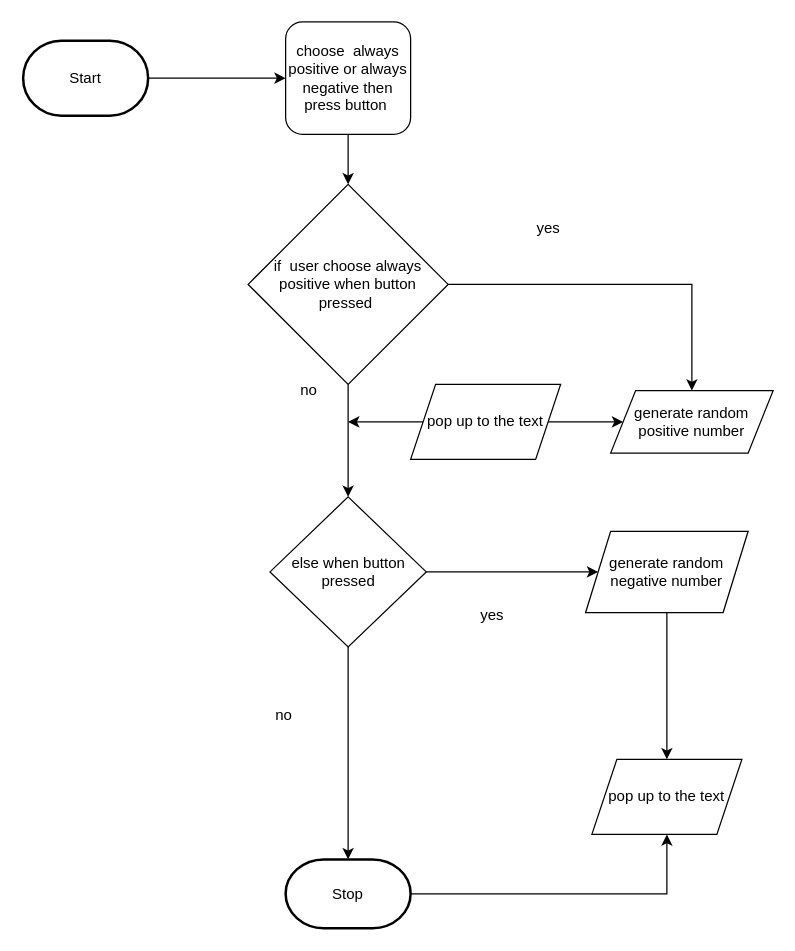
Above: design/flowchart.drawio in MTHS-ICS2O-2-2022/ICS2O-Unit-5-02-alyssia-fung (draw.io), before the change. Source tidied: cells renumbered, new cells numbered last; positions are measured from the earlier drawing's top-left corner, leaving out a move shared by most shapes. Both pictures are drawn from the tidied source at 125%, with x=0, y=0 at pixel (22, 21).
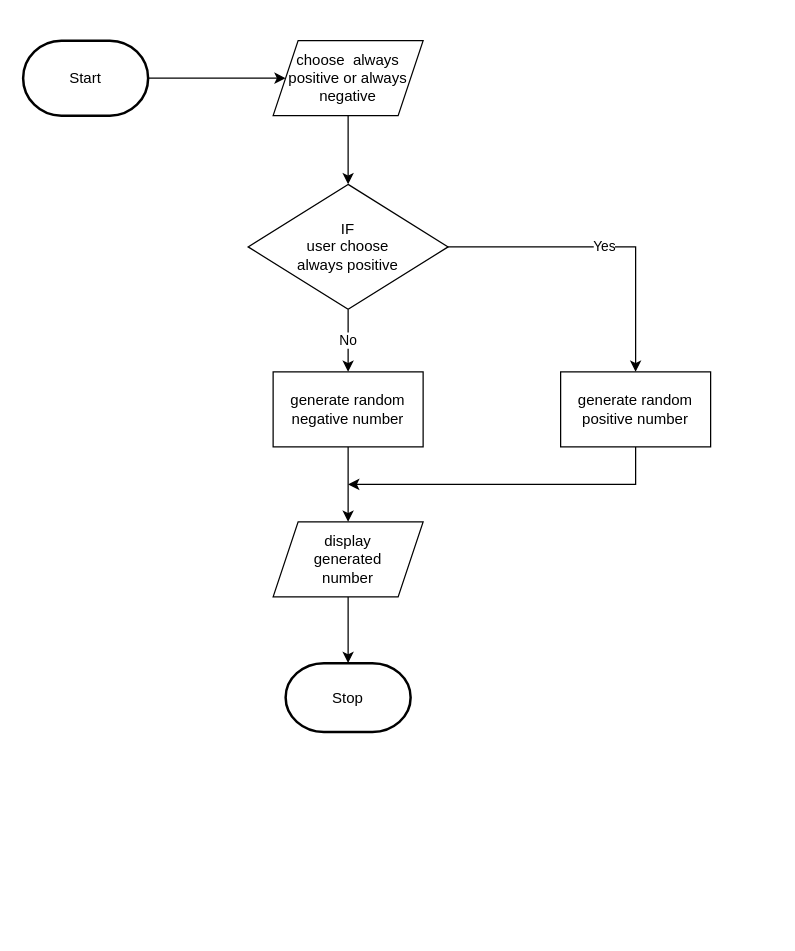
The same diagram, later.

The change refers to these unchanged cells:
```xml
<mxCell id="3" value="Start" style="strokeWidth=2;html=1;shape=mxgraph.flowchart.terminator;whiteSpace=wrap;" parent="1" vertex="1">
  <mxGeometry y="15" width="100" height="60" as="geometry" />
</mxCell>
```

Change to the diagram source:
```diff
@@
-    <mxCell id="2" style="edgeStyle=orthogonalEdgeStyle;rounded=0;html=1;entryX=0;entryY=0.5;entryDx=0;entryDy=0;" parent="1" edge="1" source="3" target="7">
+    <mxCell id="2" style="edgeStyle=orthogonalEdgeStyle;rounded=0;html=1;entryX=0;entryY=0.5;entryDx=0;entryDy=0;" parent="1" edge="1" source="3" target="26">
       <mxGeometry relative="1" as="geometry" />
     </mxCell>
@@
-    <mxCell id="4" style="edgeStyle=orthogonalEdgeStyle;rounded=0;html=1;entryX=0.5;entryY=1;entryDx=0;entryDy=0;fontSize=12;" parent="1" edge="1" source="5" target="24">
-      <mxGeometry relative="1" as="geometry" />
-    </mxCell>
     <mxCell id="5" value="Stop" style="strokeWidth=2;html=1;shape=mxgraph.flowchart.terminator;whiteSpace=wrap;" parent="1" vertex="1">
-      <mxGeometry x="210" y="670" width="100" height="55" as="geometry" />
+      <mxGeometry x="210" y="513" width="100" height="55" as="geometry" />
     </mxCell>
-    <mxCell id="6" style="edgeStyle=none;html=1;entryX=0.5;entryY=0;entryDx=0;entryDy=0;" parent="1" edge="1" source="7" target="10">
+    <mxCell id="6" style="edgeStyle=none;html=1;entryX=0.5;entryY=0;entryDx=0;entryDy=0;exitX=0.5;exitY=1;exitDx=0;exitDy=0;" parent="1" edge="1" source="26" target="10">
       <mxGeometry relative="1" as="geometry" />
     </mxCell>
-    <mxCell id="7" value="choose&amp;nbsp; always positive or always negative then press button&amp;nbsp;" style="rounded=1;whiteSpace=wrap;html=1;" parent="1" vertex="1">
-      <mxGeometry x="210" width="100" height="90" as="geometry" />
-    </mxCell>
-    <mxCell id="8" style="edgeStyle=none;html=1;entryX=0.5;entryY=0;entryDx=0;entryDy=0;" parent="1" edge="1" source="10" target="13">
+    <mxCell id="8" value="No" style="edgeStyle=none;html=1;entryX=0.5;entryY=0;entryDx=0;entryDy=0;" parent="1" edge="1" source="10" target="18">
       <mxGeometry relative="1" as="geometry" />
     </mxCell>
-    <mxCell id="9" style="edgeStyle=orthogonalEdgeStyle;html=1;entryX=0.5;entryY=0;entryDx=0;entryDy=0;rounded=0;" parent="1" edge="1" source="10" target="15">
+    <mxCell id="9" value="Yes" style="edgeStyle=orthogonalEdgeStyle;html=1;entryX=0.5;entryY=0;entryDx=0;entryDy=0;rounded=0;" parent="1" edge="1" source="10" target="15">
       <mxGeometry relative="1" as="geometry" />
     </mxCell>
-    <mxCell id="10" value="&lt;font style=&quot;font-size: 12px;&quot;&gt;if&amp;nbsp; user choose always positive when button pressed&amp;nbsp;&lt;/font&gt;" style="rhombus;whiteSpace=wrap;html=1;" parent="1" vertex="1">
-      <mxGeometry x="180" y="130" width="160" height="160" as="geometry" />
+    <mxCell id="10" value="&lt;font style=&quot;font-size: 12px;&quot;&gt;IF&lt;br&gt;user choose &lt;br&gt;always positive&lt;/font&gt;" style="rhombus;whiteSpace=wrap;html=1;" parent="1" vertex="1">
+      <mxGeometry x="180" y="130" width="160" height="100" as="geometry" />
     </mxCell>
-    <mxCell id="11" style="edgeStyle=orthogonalEdgeStyle;rounded=0;html=1;entryX=0.5;entryY=0;entryDx=0;entryDy=0;entryPerimeter=0;fontSize=12;" parent="1" edge="1" source="13" target="5">
-      <mxGeometry relative="1" as="geometry" />
-    </mxCell>
-    <mxCell id="12" style="edgeStyle=orthogonalEdgeStyle;rounded=0;html=1;entryX=0;entryY=0.5;entryDx=0;entryDy=0;fontSize=12;" parent="1" edge="1" source="13" target="18">
-      <mxGeometry relative="1" as="geometry" />
-    </mxCell>
-    <mxCell id="13" value="else when button pressed" style="rhombus;whiteSpace=wrap;html=1;" parent="1" vertex="1">
-      <mxGeometry x="197.5" y="380" width="125" height="120" as="geometry" />
-    </mxCell>
-    <mxCell id="14" value="no&amp;nbsp;" style="text;html=1;align=center;verticalAlign=middle;strokeColor=none;fillColor=none;" parent="1" vertex="1">
-      <mxGeometry x="210" y="280" width="40" height="30" as="geometry" />
-    </mxCell>
+    <mxCell id="25" style="edgeStyle=orthogonalEdgeStyle;rounded=0;html=1;entryX=0.5;entryY=0;entryDx=0;entryDy=0;entryPerimeter=0;" parent="1" edge="1" source="24" target="5">
+      <mxGeometry relative="1" as="geometry" />
+    </mxCell>
+    <mxCell id="24" value="display&lt;br&gt;generated&lt;br&gt;number" style="shape=parallelogram;perimeter=parallelogramPerimeter;whiteSpace=wrap;html=1;fixedSize=1;fontSize=12;" parent="1" vertex="1">
+      <mxGeometry x="200" y="400" width="120" height="60" as="geometry" />
+    </mxCell>
+    <mxCell id="26" value="choose&amp;nbsp; always positive or always negative" style="shape=parallelogram;perimeter=parallelogramPerimeter;whiteSpace=wrap;html=1;fixedSize=1;" parent="1" vertex="1">
+      <mxGeometry x="200" y="15" width="120" height="60" as="geometry" />
+    </mxCell>
+    <mxCell id="27" style="edgeStyle=orthogonalEdgeStyle;html=1;rounded=0;" parent="1" edge="1" source="15">
+      <mxGeometry relative="1" as="geometry">
+        <mxPoint x="260" y="370" as="targetPoint" />
+        <Array as="points">
+          <mxPoint x="490" y="370" />
+        </Array>
+      </mxGeometry>
+    </mxCell>
-    <mxCell id="15" value="generate random positive number" style="shape=parallelogram;perimeter=parallelogramPerimeter;whiteSpace=wrap;html=1;fixedSize=1;" parent="1" vertex="1">
-      <mxGeometry x="470" y="295" width="130" height="50" as="geometry" />
+    <mxCell id="15" value="generate random positive number" style="rounded=0;whiteSpace=wrap;html=1;" parent="1" vertex="1">
+      <mxGeometry x="430" y="280" width="120" height="60" as="geometry" />
     </mxCell>
-    <mxCell id="16" value="yes" style="text;html=1;align=center;verticalAlign=middle;strokeColor=none;fillColor=none;" parent="1" vertex="1">
-      <mxGeometry x="400" y="150" width="40" height="30" as="geometry" />
-    </mxCell>
-    <mxCell id="17" style="edgeStyle=orthogonalEdgeStyle;rounded=0;html=1;entryX=0.5;entryY=0;entryDx=0;entryDy=0;fontSize=12;" parent="1" edge="1" source="18" target="24">
+    <mxCell id="17" style="edgeStyle=none;html=1;entryX=0.5;entryY=0;entryDx=0;entryDy=0;" parent="1" edge="1" source="18" target="24">
       <mxGeometry relative="1" as="geometry" />
     </mxCell>
-    <mxCell id="18" value="generate random negative number" style="shape=parallelogram;perimeter=parallelogramPerimeter;whiteSpace=wrap;html=1;fixedSize=1;" parent="1" vertex="1">
-      <mxGeometry x="450" y="407.5" width="130" height="65" as="geometry" />
+    <mxCell id="18" value="generate random negative number" style="rounded=0;whiteSpace=wrap;html=1;" parent="1" vertex="1">
+      <mxGeometry x="200" y="280" width="120" height="60" as="geometry" />
     </mxCell>
-    <mxCell id="19" value="no&amp;nbsp;" style="text;html=1;align=center;verticalAlign=middle;strokeColor=none;fillColor=none;" parent="1" vertex="1">
-      <mxGeometry x="190" y="540" width="40" height="30" as="geometry" />
-    </mxCell>
-    <mxCell id="20" value="yes" style="text;html=1;align=center;verticalAlign=middle;strokeColor=none;fillColor=none;" parent="1" vertex="1">
-      <mxGeometry x="355" y="460" width="40" height="30" as="geometry" />
-    </mxCell>
-    <mxCell id="21" style="edgeStyle=orthogonalEdgeStyle;rounded=0;html=1;fontSize=12;" parent="1" edge="1" source="23">
-      <mxGeometry relative="1" as="geometry">
-        <mxPoint x="260" y="320" as="targetPoint" />
-      </mxGeometry>
-    </mxCell>
-    <mxCell id="22" style="edgeStyle=orthogonalEdgeStyle;rounded=0;html=1;fontSize=12;" parent="1" edge="1" source="23" target="15">
-      <mxGeometry relative="1" as="geometry" />
-    </mxCell>
-    <mxCell id="23" value="pop up to the text" style="shape=parallelogram;perimeter=parallelogramPerimeter;whiteSpace=wrap;html=1;fixedSize=1;fontSize=12;" parent="1" vertex="1">
-      <mxGeometry x="310" y="290" width="120" height="60" as="geometry" />
-    </mxCell>
-    <mxCell id="24" value="pop up to the text" style="shape=parallelogram;perimeter=parallelogramPerimeter;whiteSpace=wrap;html=1;fixedSize=1;fontSize=12;" parent="1" vertex="1">
-      <mxGeometry x="455" y="590" width="120" height="60" as="geometry" />
-    </mxCell>
```
